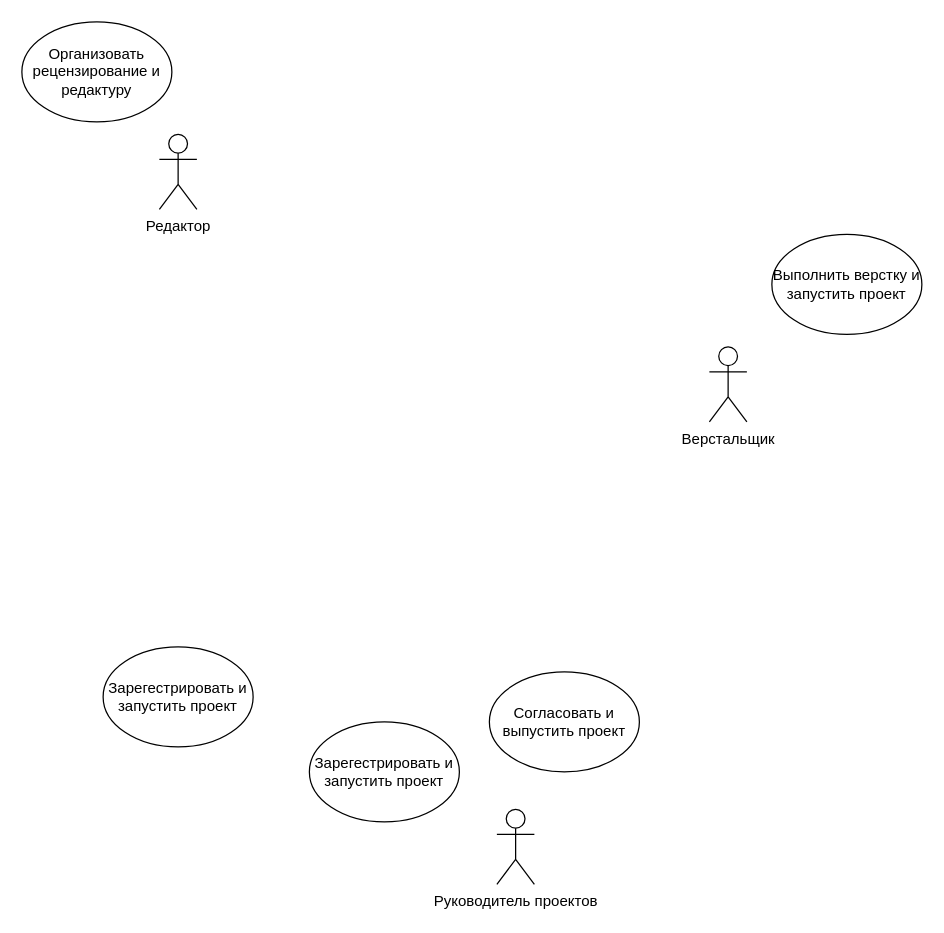
Before: ortps_3.drawio in danaddi/draw.io, a draw.io diagram. Source tidied: cells renumbered, new cells numbered last; positions are measured from the earlier drawing's top-left corner, leaving out a move shared by most shapes. Both pictures are drawn from the tidied source at 125%, with x=0, y=0 at pixel (21, 21).
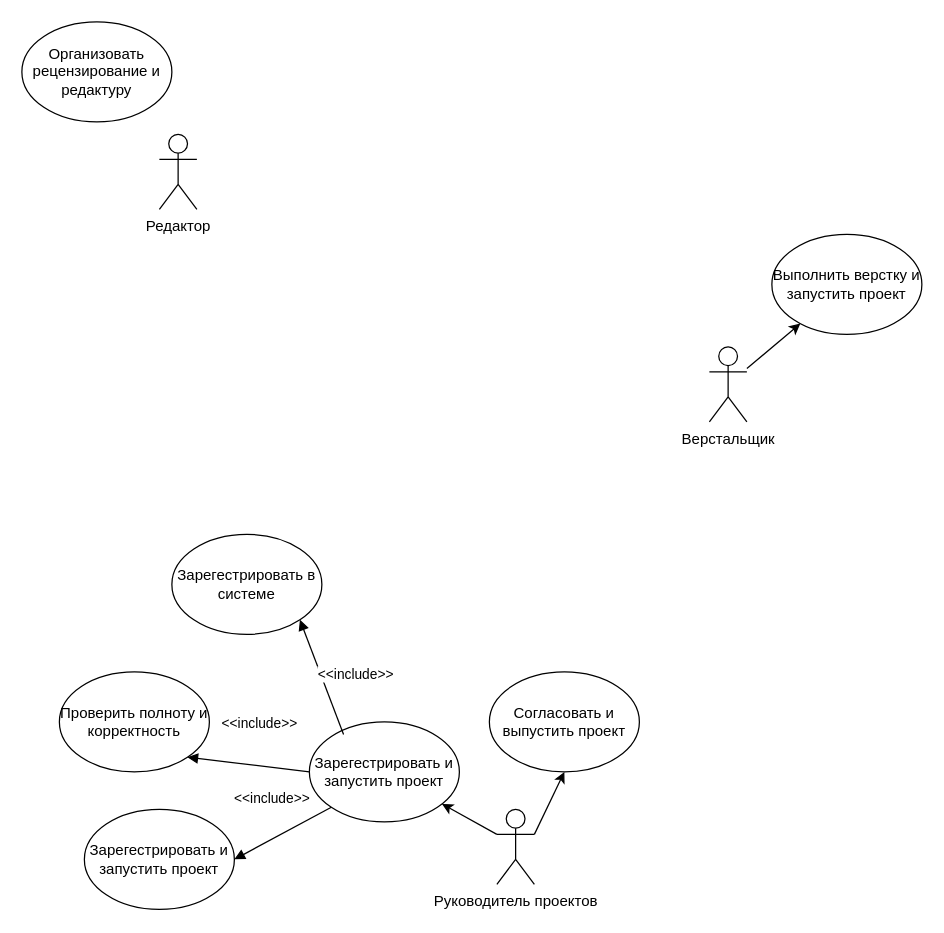
Above is the later version.

What changed in the source:
```diff
@@
 <mxGraphModel>
   <root>
     <mxCell id="0" />
     <mxCell id="1" parent="0" />
     <mxCell id="2" value="Редактор" style="shape=umlActor;verticalLabelPosition=bottom;verticalAlign=top;html=1;" parent="1" vertex="1">
       <mxGeometry x="110" y="90" width="30" height="60" as="geometry" />
     </mxCell>
+    <mxCell id="10" style="rounded=0;jettySize=auto;html=1;" parent="1" edge="1" source="3" target="8">
+      <mxGeometry relative="1" as="geometry" />
+    </mxCell>
     <mxCell id="3" value="Верстальщик" style="shape=umlActor;verticalLabelPosition=bottom;verticalAlign=top;html=1;outlineConnect=0;" parent="1" vertex="1">
       <mxGeometry x="550" y="260" width="30" height="60" as="geometry" />
     </mxCell>
+    <mxCell id="11" style="rounded=0;jettySize=auto;html=1;exitX=1;exitY=0.3333333333333333;exitDx=0;exitDy=0;exitPerimeter=0;entryX=0.5;entryY=1;entryDx=0;entryDy=0;" parent="1" edge="1" source="4" target="6">
+      <mxGeometry relative="1" as="geometry" />
+    </mxCell>
+    <mxCell id="12" style="rounded=0;jettySize=auto;html=1;exitX=0;exitY=0.3333333333333333;exitDx=0;exitDy=0;exitPerimeter=0;" parent="1" edge="1" source="4" target="5">
+      <mxGeometry relative="1" as="geometry" />
+    </mxCell>
     <mxCell id="4" value="Руководитель проектов" style="shape=umlActor;verticalLabelPosition=bottom;verticalAlign=top;html=1;outlineConnect=0;" parent="1" vertex="1">
       <mxGeometry x="380" y="630" width="30" height="60" as="geometry" />
     </mxCell>
     <mxCell id="5" value="Зарегестрировать и запустить проект" style="ellipse;whiteSpace=wrap;html=1;" parent="1" vertex="1">
       <mxGeometry x="230" y="560" width="120" height="80" as="geometry" />
     </mxCell>
     <mxCell id="6" value="Согласовать и выпустить проект" style="ellipse;whiteSpace=wrap;html=1;" parent="1" vertex="1">
       <mxGeometry x="374" y="520" width="120" height="80" as="geometry" />
     </mxCell>
     <mxCell id="7" value="Организовать рецензирование и редактуру" style="ellipse;whiteSpace=wrap;html=1;" parent="1" vertex="1">
       <mxGeometry width="120" height="80" as="geometry" />
     </mxCell>
     <mxCell id="8" value="Выполнить верстку и запустить проект" style="ellipse;whiteSpace=wrap;html=1;" parent="1" vertex="1">
       <mxGeometry x="600" y="170" width="120" height="80" as="geometry" />
     </mxCell>
     <mxCell id="9" value="Зарегестрировать и запустить проект" style="ellipse;whiteSpace=wrap;html=1;" parent="1" vertex="1">
-      <mxGeometry x="65" y="500" width="120" height="80" as="geometry" />
+      <mxGeometry x="50" y="630" width="120" height="80" as="geometry" />
     </mxCell>
+    <mxCell id="13" value="&amp;lt;&amp;lt;include&amp;gt;&amp;gt;" style="html=1;verticalAlign=bottom;endArrow=block;curved=0;rounded=0;exitX=0;exitY=1;exitDx=0;exitDy=0;entryX=1;entryY=0.5;entryDx=0;entryDy=0;" parent="1" edge="1" source="5" target="9">
+      <mxGeometry x="-0.03" y="-21" relative="1" as="geometry" />
+    </mxCell>
+    <mxCell id="14" value="Проверить полноту и корректность" style="ellipse;whiteSpace=wrap;html=1;" parent="1" vertex="1">
+      <mxGeometry x="30" y="520" width="120" height="80" as="geometry" />
+    </mxCell>
+    <mxCell id="15" value="&amp;lt;&amp;lt;include&amp;gt;&amp;gt;" style="html=1;verticalAlign=bottom;endArrow=block;curved=0;rounded=0;exitX=0;exitY=0.5;exitDx=0;exitDy=0;entryX=1;entryY=1;entryDx=0;entryDy=0;" parent="1" edge="1" source="5" target="14">
+      <mxGeometry x="-0.12" y="-25" relative="1" as="geometry" />
+    </mxCell>
+    <mxCell id="16" value="Зарегестрировать в системе" style="ellipse;whiteSpace=wrap;html=1;" parent="1" vertex="1">
+      <mxGeometry x="120" y="410" width="120" height="80" as="geometry" />
+    </mxCell>
+    <mxCell id="17" value="&amp;lt;&amp;lt;include&amp;gt;&amp;gt;" style="html=1;verticalAlign=bottom;endArrow=block;curved=0;rounded=0;exitX=0.228;exitY=0.127;exitDx=0;exitDy=0;entryX=1;entryY=1;entryDx=0;entryDy=0;exitPerimeter=0;" parent="1" edge="1" source="5" target="16">
+      <mxGeometry x="-0.32" y="-23" relative="1" as="geometry" />
+    </mxCell>
   </root>
 </mxGraphModel>
```
